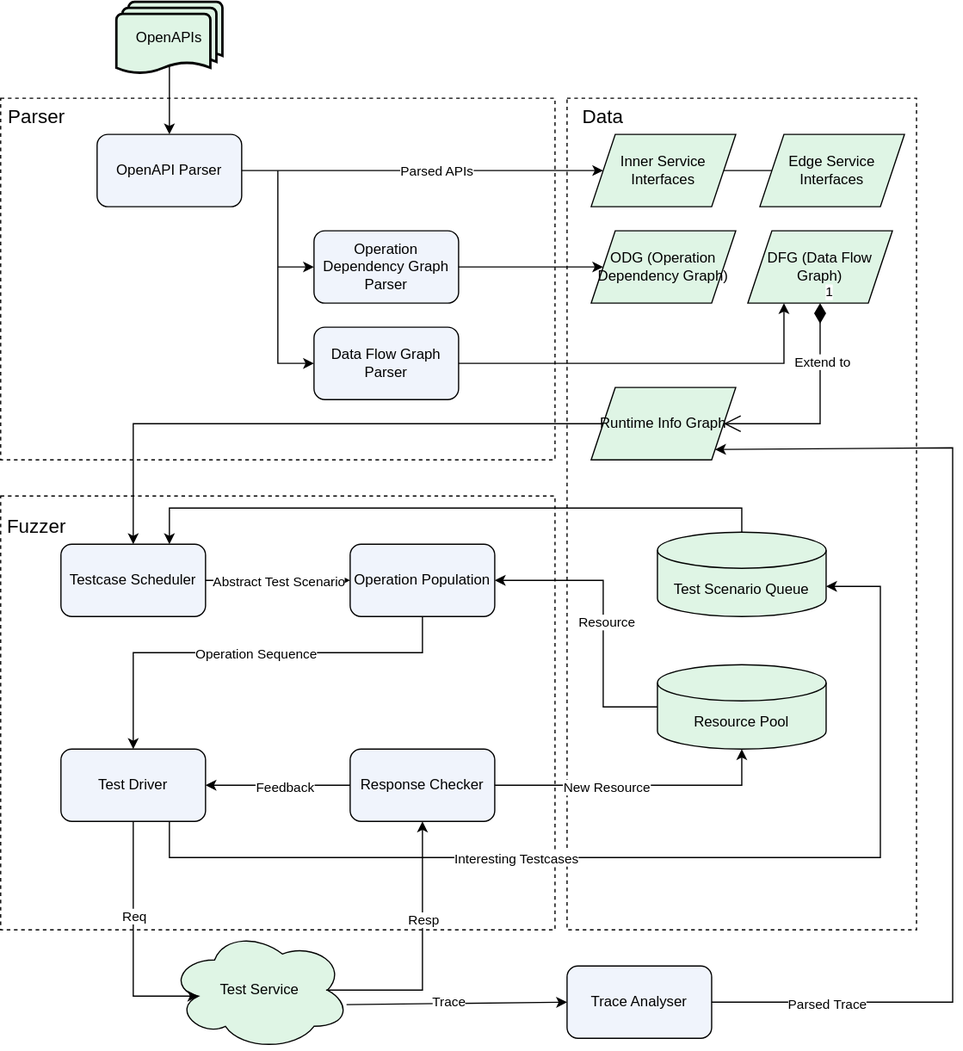
SmilingPixel/rest_trace_fuzzer keeps this draw.io diagram as docs/architecture.svg. Above is the earlier version. Source tidied: cells renumbered, new cells last; positions are measured from the earlier drawing's top-left corner, leaving out a move shared by most shapes.
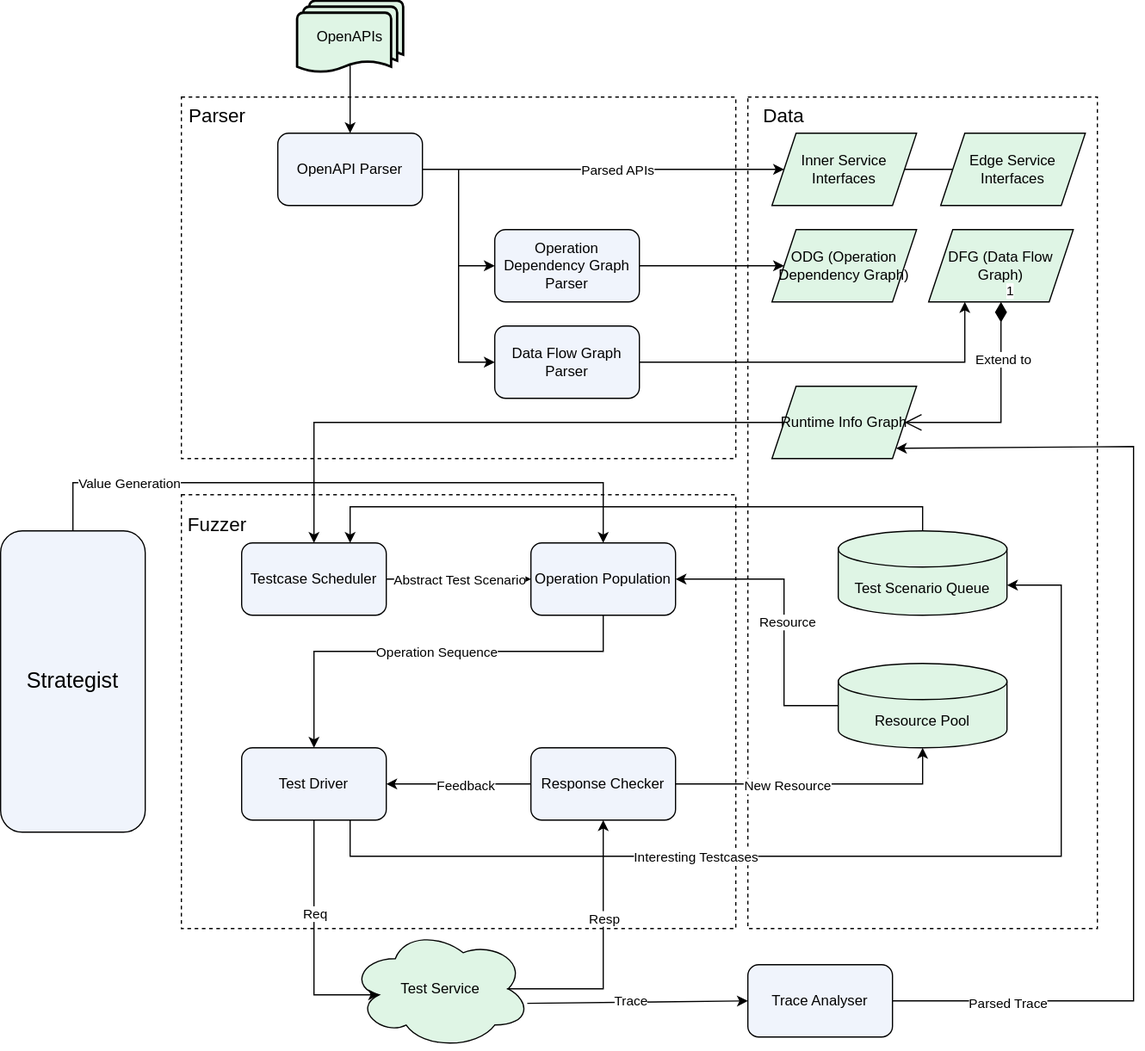
The same file after the commit.

What changed in the source:
```diff
@@ -230,5 +230,21 @@
     <mxCell id="56" value="Parsed Trace" style="edgeLabel;html=1;align=center;verticalAlign=middle;" parent="55" vertex="1">
       <mxGeometry x="-0.78" y="-1" relative="1" as="geometry" />
     </mxCell>
+    <mxCell id="57" value="&lt;font style=&quot;font-size: 18px;&quot;&gt;Strategist&lt;/font&gt;" style="rounded=1;whiteSpace=wrap;html=1;fillColor=light-dark(#F0F4FC,#3B4453);" parent="1" vertex="1">
+      <mxGeometry x="-150" y="440" width="120" height="250" as="geometry" />
+    </mxCell>
+    <mxCell id="58" style="endArrow=classic;html=1;rounded=0;exitX=0.5;exitY=0;exitDx=0;exitDy=0;entryX=0.5;entryY=0;entryDx=0;entryDy=0;" parent="1" edge="1" source="57" target="10">
+      <mxGeometry relative="1" as="geometry">
+        <Array as="points">
+          <mxPoint x="-90" y="400" />
+          <mxPoint x="350" y="400" />
+        </Array>
+      </mxGeometry>
+    </mxCell>
+    <mxCell id="59" value="Value Generation" style="edgeLabel;html=1;align=center;verticalAlign=middle;" parent="58" vertex="1">
+      <mxGeometry x="-0.68" relative="1" as="geometry">
+        <mxPoint x="1" as="offset" />
+      </mxGeometry>
+    </mxCell>
   </root>
 </mxGraphModel>
```
